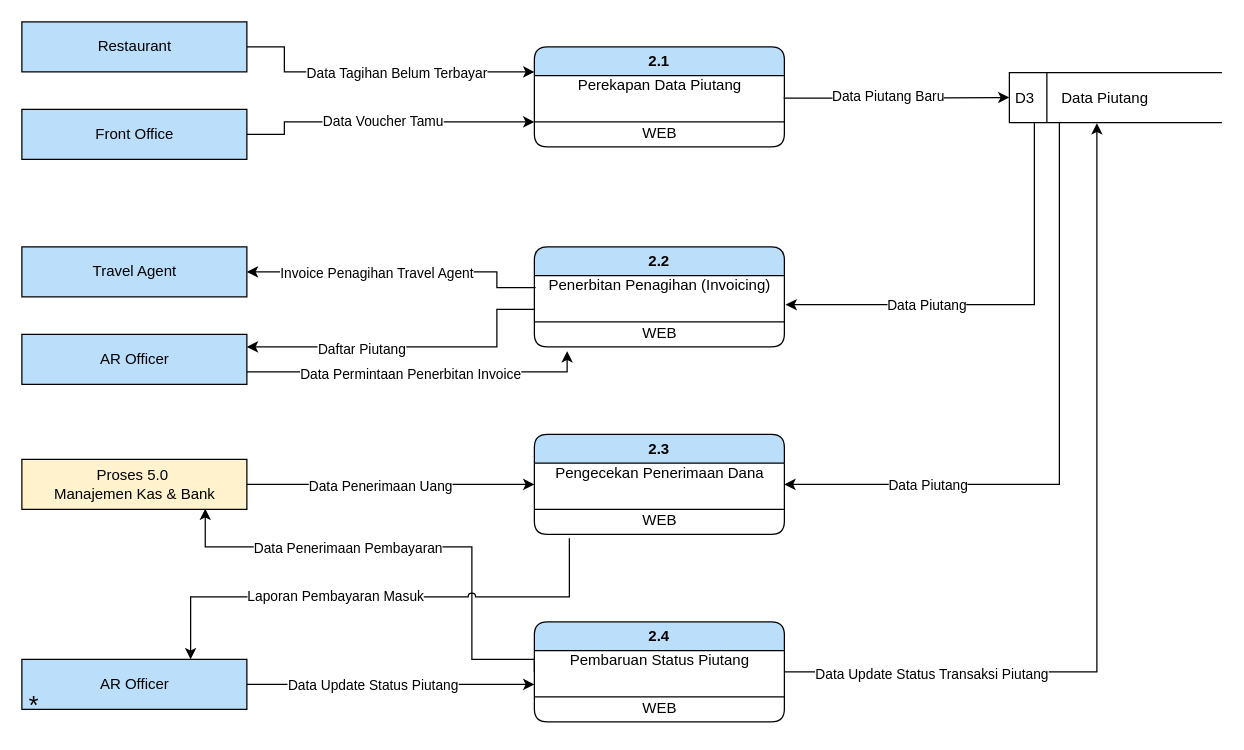
Above: page "Copy of DFD LVL 1-Piutang" (12 of 14) of DFD-FINANCE-MARU.drawio in elikawicaksana/BuildIT_BasisData (draw.io), before the change. Source tidied: cells renumbered, new cells numbered last; positions are measured from the earlier drawing's top-left corner, leaving out a move shared by most shapes. Both pictures are drawn from the tidied source at 125%, with x=0, y=0 at pixel (21, 21).
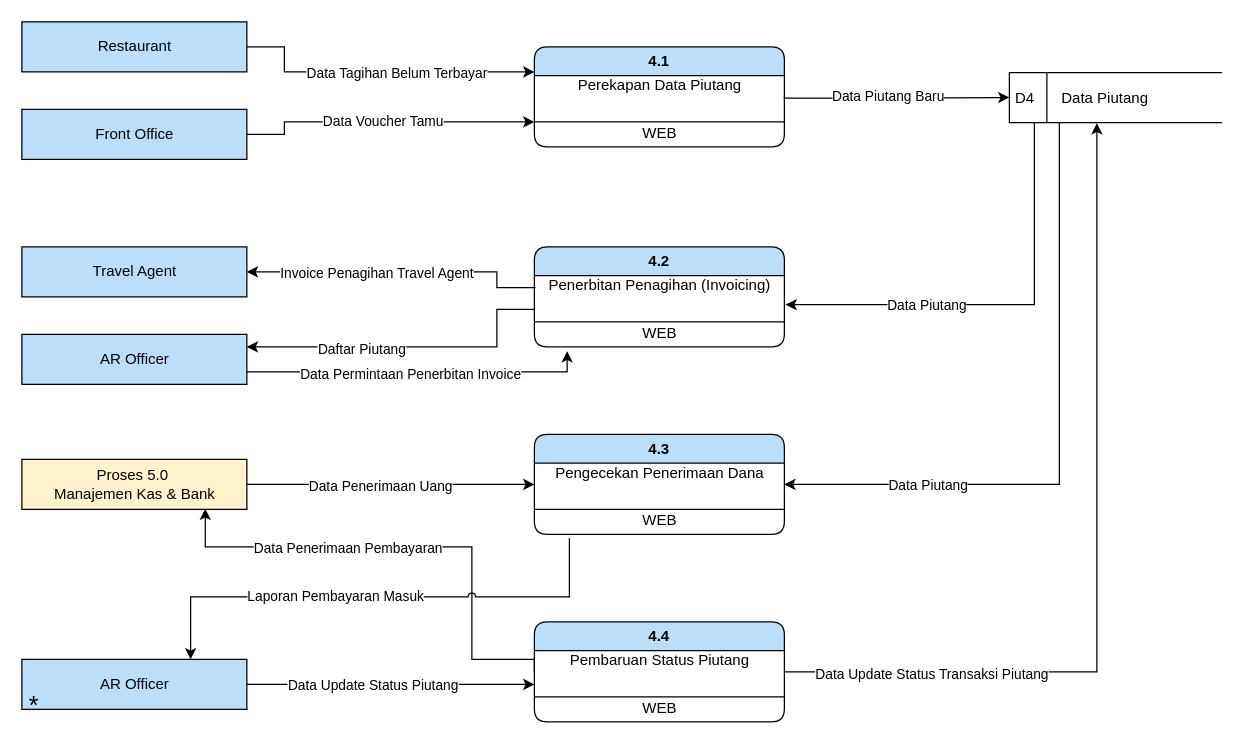
The same diagram, later.

Unchanged cells that the change refers to:
```xml
<mxCell id="2" style="group;" parent="1" vertex="1">
  <mxGeometry x="410" y="20" width="200" height="85" as="geometry" />
</mxCell>
<mxCell id="6" style="group;" parent="1" vertex="1">
  <mxGeometry x="410" y="180" width="200" height="85" as="geometry" />
</mxCell>
<mxCell id="10" style="group;" parent="1" vertex="1">
  <mxGeometry x="410" y="330" width="200" height="85" as="geometry" />
</mxCell>
<mxCell id="14" style="group;" parent="1" vertex="1">
  <mxGeometry x="410" y="480" width="200" height="85" as="geometry" />
</mxCell>
<mxCell id="21" style="group;" parent="1" vertex="1">
  <mxGeometry x="790" y="40.5" width="170" height="40" as="geometry" />
</mxCell>
```

The edit, as a diff of the source:
```diff
@@
-    <mxCell id="3" value="2.1" style="swimlane;whiteSpace=wrap;html=1;fillColor=#bbdefb;rounded=1;" parent="2" vertex="1">
+    <mxCell id="3" value="4.1" style="swimlane;whiteSpace=wrap;html=1;fillColor=#bbdefb;rounded=1;" parent="2" vertex="1">
       <mxGeometry width="200" height="80" as="geometry" />
     </mxCell>
@@
-    <mxCell id="7" value="2.2" style="swimlane;whiteSpace=wrap;html=1;fillColor=#bbdefb;rounded=1;" parent="6" vertex="1">
+    <mxCell id="7" value="4.2" style="swimlane;whiteSpace=wrap;html=1;fillColor=#bbdefb;rounded=1;" parent="6" vertex="1">
       <mxGeometry width="200" height="80" as="geometry" />
     </mxCell>
@@
-    <mxCell id="11" value="2.3" style="swimlane;whiteSpace=wrap;html=1;fillColor=#bbdefb;rounded=1;" parent="10" vertex="1">
+    <mxCell id="11" value="4.3" style="swimlane;whiteSpace=wrap;html=1;fillColor=#bbdefb;rounded=1;" parent="10" vertex="1">
       <mxGeometry width="200" height="80" as="geometry" />
     </mxCell>
@@
-    <mxCell id="15" value="2.4" style="swimlane;whiteSpace=wrap;html=1;fillColor=#bbdefb;rounded=1;" parent="14" vertex="1">
+    <mxCell id="15" value="4.4" style="swimlane;whiteSpace=wrap;html=1;fillColor=#bbdefb;rounded=1;" parent="14" vertex="1">
       <mxGeometry width="200" height="80" as="geometry" />
     </mxCell>
@@
-    <mxCell id="22" value="&lt;span style=&quot;background-color: light-dark(rgb(255, 255, 255), rgb(102, 0, 204));&quot;&gt;D3&lt;/span&gt;" style="html=1;dashed=0;whiteSpace=wrap;shape=mxgraph.dfd.dataStoreID;align=left;spacingLeft=3;points=[[0,0],[0.5,0],[1,0],[0,0.5],[1,0.5],[0,1],[0.5,1],[1,1]];fillColor=none;fillStyle=solid;" parent="21" vertex="1">
+    <mxCell id="22" value="&lt;span style=&quot;background-color: light-dark(rgb(255, 255, 255), rgb(102, 0, 204));&quot;&gt;D4&lt;/span&gt;" style="html=1;dashed=0;whiteSpace=wrap;shape=mxgraph.dfd.dataStoreID;align=left;spacingLeft=3;points=[[0,0],[0.5,0],[1,0],[0,0.5],[1,0.5],[0,1],[0.5,1],[1,1]];fillColor=none;fillStyle=solid;" parent="21" vertex="1">
       <mxGeometry width="170" height="40" as="geometry" />
     </mxCell>
```
